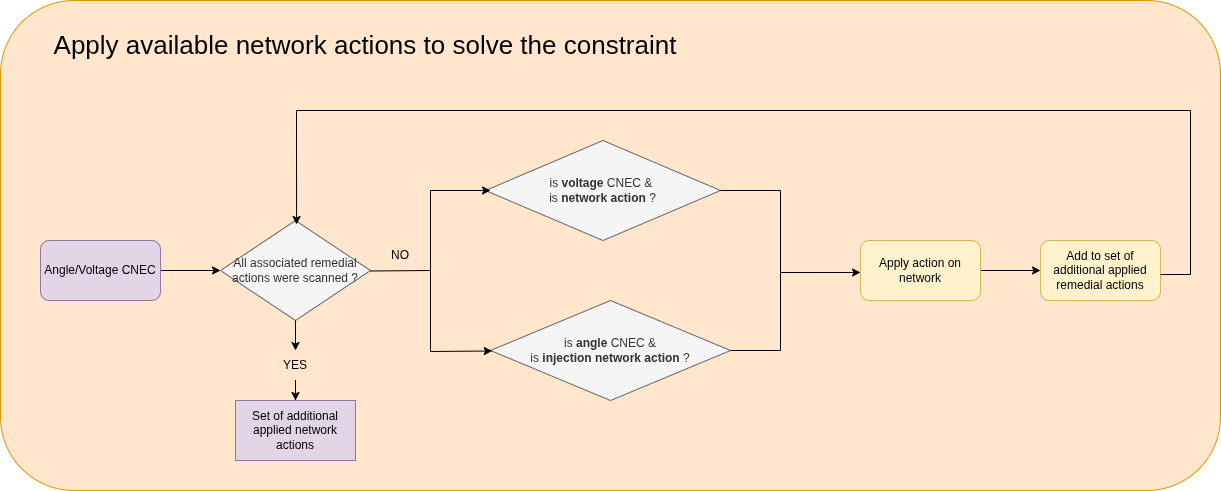
This is docs/_static/img/monitoring-algo-3.png from powsybl/powsybl-open-rao, a draw.io export, as it was before one commit. Source tidied: cells renumbered, new cells last; positions are measured from the earlier drawing's top-left corner, leaving out a move shared by most shapes.
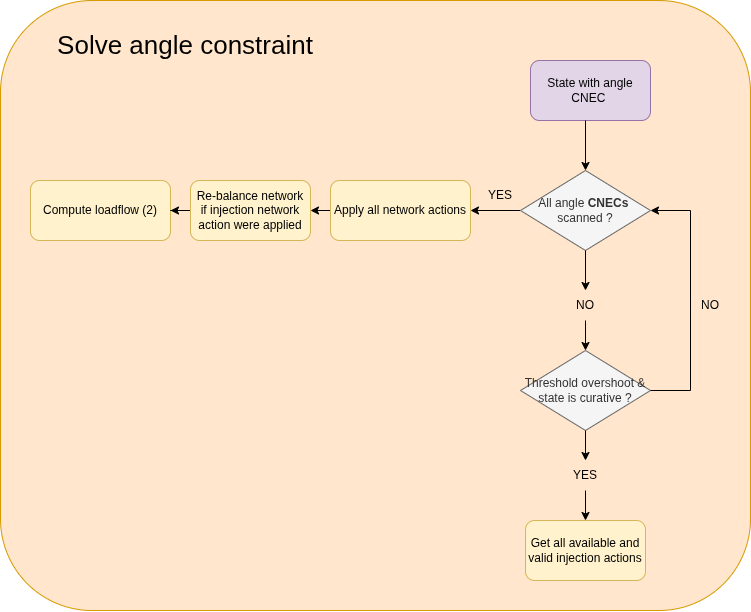
After the commit.

What changed in the source:
```diff
@@ -2,94 +2,80 @@
   <root>
     <mxCell id="0" />
     <mxCell id="1" parent="0" />
-    <mxCell id="2" style="rounded=1;whiteSpace=wrap;html=1;fillColor=#ffe6cc;strokeColor=#d79b00;" parent="1" vertex="1">
-      <mxGeometry width="1220" height="490" as="geometry" />
-    </mxCell>
-    <mxCell id="3" style="edgeStyle=orthogonalEdgeStyle;rounded=0;jettySize=auto;html=1;" parent="1" edge="1" source="4" target="6">
-      <mxGeometry relative="1" as="geometry" />
-    </mxCell>
+    <mxCell id="22" style="rounded=1;whiteSpace=wrap;html=1;fillColor=#ffe6cc;strokeColor=#d79b00;" parent="1" vertex="1">
+      <mxGeometry x="190" y="330" width="750" height="610" as="geometry" />
+    </mxCell>
-    <mxCell id="4" value="Angle/Voltage CNEC" style="rounded=1;whiteSpace=wrap;html=1;fillColor=#e1d5e7;strokeColor=#9673a6;" parent="1" vertex="1">
-      <mxGeometry x="40" y="240" width="120" height="60" as="geometry" />
+    <mxCell id="4" value="State with angle CNEC&amp;nbsp;" style="rounded=1;whiteSpace=wrap;html=1;fillColor=#e1d5e7;strokeColor=#9673a6;" parent="1" vertex="1">
+      <mxGeometry x="720" y="390" width="120" height="60" as="geometry" />
     </mxCell>
-    <mxCell id="5" style="edgeStyle=orthogonalEdgeStyle;rounded=0;jettySize=auto;html=1;" parent="1" edge="1" source="19" target="13">
-      <mxGeometry relative="1" as="geometry" />
-    </mxCell>
-    <mxCell id="6" value="All associated remedial actions were scanned ?" style="rhombus;whiteSpace=wrap;html=1;fillColor=#f5f5f5;fontColor=#333333;strokeColor=#666666;" parent="1" vertex="1">
-      <mxGeometry x="220" y="220" width="150" height="100" as="geometry" />
-    </mxCell>
-    <mxCell id="7" value="is &lt;b&gt;angle&lt;/b&gt; CNEC &amp;amp;&lt;div&gt;is &lt;b&gt;injection network action &lt;/b&gt;?&lt;/div&gt;" style="rhombus;whiteSpace=wrap;html=1;fillColor=#f5f5f5;fontColor=#333333;strokeColor=#666666;" parent="1" vertex="1">
-      <mxGeometry x="490" y="300" width="240" height="100" as="geometry" />
-    </mxCell>
-    <mxCell id="8" value="is &lt;b&gt;voltage&lt;/b&gt; CNEC &amp;amp;&amp;nbsp;&lt;div&gt;is &lt;b&gt;network action&lt;/b&gt; ?&lt;/div&gt;" style="rhombus;whiteSpace=wrap;html=1;fillColor=#f5f5f5;fontColor=#333333;strokeColor=#666666;" parent="1" vertex="1">
-      <mxGeometry x="485" y="140" width="235" height="100" as="geometry" />
-    </mxCell>
-    <mxCell id="9" value="Add to set of additional applied remedial actions" style="rounded=1;whiteSpace=wrap;html=1;fillColor=#fff2cc;strokeColor=#d6b656;" parent="1" vertex="1">
-      <mxGeometry x="1040" y="240" width="120" height="60" as="geometry" />
+    <mxCell id="9" value="Get all available and valid injection actions" style="rounded=1;whiteSpace=wrap;html=1;fillColor=#fff2cc;strokeColor=#d6b656;" parent="1" vertex="1">
+      <mxGeometry x="715" y="850" width="120" height="60" as="geometry" />
     </mxCell>
-    <mxCell id="10" style="endArrow=classic;html=1;rounded=0;exitX=0.997;exitY=0.505;exitDx=0;exitDy=0;exitPerimeter=0;" parent="1" edge="1" source="6">
-      <mxGeometry relative="1" as="geometry">
-        <mxPoint x="490" y="190" as="targetPoint" />
-        <Array as="points">
-          <mxPoint x="430" y="270" />
-          <mxPoint x="430" y="190" />
-        </Array>
-      </mxGeometry>
-    </mxCell>
-    <mxCell id="11" style="endArrow=classic;html=1;rounded=0;entryX=0.007;entryY=0.505;entryDx=0;entryDy=0;entryPerimeter=0;" parent="1" edge="1" target="7">
-      <mxGeometry relative="1" as="geometry">
-        <mxPoint x="430" y="270" as="sourcePoint" />
-        <Array as="points">
-          <mxPoint x="430" y="351" />
-        </Array>
-      </mxGeometry>
-    </mxCell>
-    <mxCell id="12" style="endArrow=classic;html=1;rounded=0;entryX=0;entryY=0.533;entryDx=0;entryDy=0;entryPerimeter=0;" parent="1" edge="1" source="8" target="21">
-      <mxGeometry relative="1" as="geometry">
-        <Array as="points">
-          <mxPoint x="780" y="190" />
-          <mxPoint x="780" y="272" />
-        </Array>
-      </mxGeometry>
-    </mxCell>
-    <mxCell id="13" value="Set of additional applied network actions" style="rounded=0;whiteSpace=wrap;html=1;fillColor=#e1d5e7;strokeColor=#9673a6;" parent="1" vertex="1">
-      <mxGeometry x="235" y="400" width="120" height="60" as="geometry" />
-    </mxCell>
-    <mxCell id="14" style="endArrow=classic;html=1;rounded=0;exitX=1;exitY=0.567;exitDx=0;exitDy=0;exitPerimeter=0;entryX=0.507;entryY=0.04;entryDx=0;entryDy=0;entryPerimeter=0;" parent="1" edge="1" source="9" target="6">
-      <mxGeometry relative="1" as="geometry">
-        <Array as="points">
-          <mxPoint x="1190" y="274" />
-          <mxPoint x="1190" y="110" />
-          <mxPoint x="1010" y="110" />
-          <mxPoint x="296" y="110" />
-        </Array>
-      </mxGeometry>
-    </mxCell>
-    <mxCell id="15" value="&lt;font style=&quot;font-size: 26px;&quot;&gt;Apply available network actions to solve the constraint&lt;/font&gt;" style="text;html=1;whiteSpace=wrap;strokeColor=none;fillColor=none;align=center;verticalAlign=middle;rounded=0;" parent="1" vertex="1">
-      <mxGeometry x="30" y="30" width="670" height="30" as="geometry" />
+    <mxCell id="15" value="&lt;font style=&quot;font-size: 26px;&quot;&gt;Solve angle constraint&lt;/font&gt;" style="text;html=1;whiteSpace=wrap;strokeColor=none;fillColor=none;align=center;verticalAlign=middle;rounded=0;" parent="1" vertex="1">
+      <mxGeometry x="220" y="360" width="310" height="30" as="geometry" />
     </mxCell>
-    <mxCell id="16" style="endArrow=none;html=1;rounded=0;" parent="1" edge="1">
-      <mxGeometry relative="1" as="geometry">
-        <mxPoint x="730" y="350" as="sourcePoint" />
-        <mxPoint x="780" y="270" as="targetPoint" />
-        <Array as="points">
-          <mxPoint x="780" y="350" />
-        </Array>
-      </mxGeometry>
-    </mxCell>
-    <mxCell id="17" value="NO" style="text;html=1;whiteSpace=wrap;strokeColor=none;fillColor=none;align=center;verticalAlign=middle;rounded=0;" parent="1" vertex="1">
-      <mxGeometry x="370" y="240" width="60" height="30" as="geometry" />
-    </mxCell>
-    <mxCell id="18" style="edgeStyle=orthogonalEdgeStyle;rounded=0;jettySize=auto;html=1;" parent="1" edge="1" source="6" target="19">
-      <mxGeometry relative="1" as="geometry" />
-    </mxCell>
-    <mxCell id="19" value="YES" style="text;html=1;whiteSpace=wrap;strokeColor=none;fillColor=none;align=center;verticalAlign=middle;rounded=0;" parent="1" vertex="1">
-      <mxGeometry x="265" y="350" width="60" height="30" as="geometry" />
-    </mxCell>
-    <mxCell id="20" style="edgeStyle=orthogonalEdgeStyle;rounded=0;jettySize=auto;html=1;" parent="1" edge="1" source="21" target="9">
-      <mxGeometry relative="1" as="geometry" />
-    </mxCell>
-    <mxCell id="21" value="Apply action on network" style="rounded=1;whiteSpace=wrap;html=1;fillColor=#fff2cc;strokeColor=#d6b656;" parent="1" vertex="1">
-      <mxGeometry x="860" y="240" width="120" height="60" as="geometry" />
-    </mxCell>
+    <mxCell id="23" style="edgeStyle=orthogonalEdgeStyle;rounded=0;jettySize=auto;html=1;" parent="1" edge="1" source="33">
+      <mxGeometry relative="1" as="geometry">
+        <mxPoint x="775" y="850" as="targetPoint" />
+      </mxGeometry>
+    </mxCell>
+    <mxCell id="24" style="edgeStyle=orthogonalEdgeStyle;rounded=0;jettySize=auto;html=1;" parent="1" edge="1" source="25" target="38">
+      <mxGeometry relative="1" as="geometry" />
+    </mxCell>
+    <mxCell id="25" value="All angle&amp;nbsp;&lt;b&gt;CNECs&lt;/b&gt;&amp;nbsp;&lt;div&gt;scanned ?&lt;/div&gt;" style="rhombus;whiteSpace=wrap;html=1;fillColor=#f5f5f5;fontColor=#333333;strokeColor=#666666;" parent="1" vertex="1">
+      <mxGeometry x="710" y="500" width="130" height="80" as="geometry" />
+    </mxCell>
+    <mxCell id="26" style="edgeStyle=orthogonalEdgeStyle;rounded=0;jettySize=auto;html=1;" parent="1" edge="1" target="25">
+      <mxGeometry relative="1" as="geometry">
+        <mxPoint x="775" y="450" as="sourcePoint" />
+      </mxGeometry>
+    </mxCell>
+    <mxCell id="27" style="edgeStyle=orthogonalEdgeStyle;rounded=0;jettySize=auto;html=1;" parent="1" edge="1" source="25" target="28">
+      <mxGeometry relative="1" as="geometry" />
+    </mxCell>
+    <mxCell id="28" value="NO" style="text;html=1;whiteSpace=wrap;strokeColor=none;fillColor=none;align=center;verticalAlign=middle;rounded=0;" parent="1" vertex="1">
+      <mxGeometry x="745" y="620" width="60" height="30" as="geometry" />
+    </mxCell>
+    <mxCell id="29" value="Compute loadflow (2)" style="rounded=1;whiteSpace=wrap;html=1;fillColor=#fff2cc;strokeColor=#d6b656;" parent="1" vertex="1">
+      <mxGeometry x="220" y="510" width="140" height="60" as="geometry" />
+    </mxCell>
+    <mxCell id="30" style="edgeStyle=orthogonalEdgeStyle;rounded=0;jettySize=auto;html=1;" parent="1" edge="1" source="28" target="31">
+      <mxGeometry relative="1" as="geometry" />
+    </mxCell>
+    <mxCell id="31" value="Threshold overshoot &amp;amp; state is curative ?" style="rhombus;whiteSpace=wrap;html=1;fillColor=#f5f5f5;fontColor=#333333;strokeColor=#666666;" parent="1" vertex="1">
+      <mxGeometry x="710" y="680" width="130" height="80" as="geometry" />
+    </mxCell>
+    <mxCell id="32" style="edgeStyle=orthogonalEdgeStyle;rounded=0;jettySize=auto;html=1;" parent="1" edge="1" source="31" target="33">
+      <mxGeometry relative="1" as="geometry" />
+    </mxCell>
+    <mxCell id="33" value="YES" style="text;html=1;whiteSpace=wrap;strokeColor=none;fillColor=none;align=center;verticalAlign=middle;rounded=0;" parent="1" vertex="1">
+      <mxGeometry x="745" y="790" width="60" height="30" as="geometry" />
+    </mxCell>
+    <mxCell id="34" style="edgeStyle=orthogonalEdgeStyle;rounded=0;jettySize=auto;html=1;" parent="1" edge="1" source="35" target="29">
+      <mxGeometry relative="1" as="geometry" />
+    </mxCell>
+    <mxCell id="35" value="Re-balance network&lt;div&gt;&lt;font style=&quot;color: rgb(0, 0, 0);&quot;&gt;if injection network action were applied&lt;/font&gt;&lt;/div&gt;" style="rounded=1;whiteSpace=wrap;html=1;fillColor=#fff2cc;strokeColor=#d6b656;" parent="1" vertex="1">
+      <mxGeometry x="380" y="510" width="120" height="60" as="geometry" />
+    </mxCell>
+    <mxCell id="36" value="YES" style="text;html=1;whiteSpace=wrap;strokeColor=none;fillColor=none;align=center;verticalAlign=middle;rounded=0;" parent="1" vertex="1">
+      <mxGeometry x="660" y="510" width="60" height="30" as="geometry" />
+    </mxCell>
+    <mxCell id="37" style="edgeStyle=orthogonalEdgeStyle;rounded=0;jettySize=auto;html=1;exitX=0;exitY=0.5;exitDx=0;exitDy=0;entryX=1;entryY=0.5;entryDx=0;entryDy=0;" parent="1" edge="1" source="38" target="35">
+      <mxGeometry relative="1" as="geometry" />
+    </mxCell>
+    <mxCell id="38" value="Apply all network actions" style="rounded=1;whiteSpace=wrap;html=1;fillColor=#fff2cc;strokeColor=#d6b656;" parent="1" vertex="1">
+      <mxGeometry x="520" y="510" width="140" height="60" as="geometry" />
+    </mxCell>
+    <mxCell id="39" style="endArrow=classic;html=1;rounded=0;exitX=1;exitY=0.5;exitDx=0;exitDy=0;entryX=1;entryY=0.5;entryDx=0;entryDy=0;" parent="1" edge="1" source="31" target="25">
+      <mxGeometry relative="1" as="geometry">
+        <Array as="points">
+          <mxPoint x="880" y="720" />
+          <mxPoint x="880" y="540" />
+        </Array>
+      </mxGeometry>
+    </mxCell>
+    <mxCell id="40" value="NO" style="text;html=1;whiteSpace=wrap;strokeColor=none;fillColor=none;align=center;verticalAlign=middle;rounded=0;" parent="1" vertex="1">
+      <mxGeometry x="870" y="620" width="60" height="30" as="geometry" />
+    </mxCell>
   </root>
 </mxGraphModel>
```
